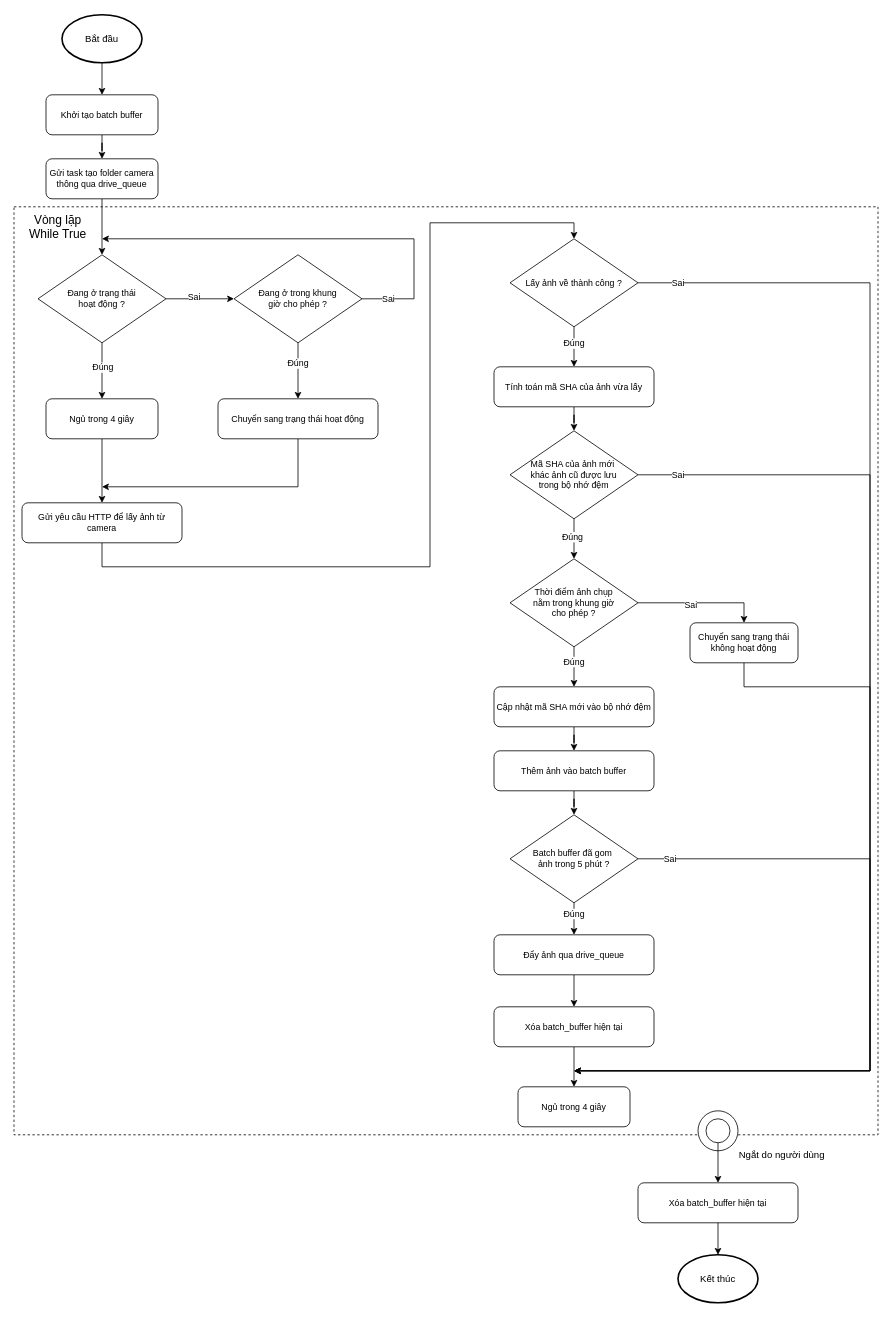
The draw.io diagram fig/camera_threading.drawio in Denzaro/DATN_Thesis, before the edit. Source tidied: cells renumbered, new cells numbered last; positions are measured from the earlier drawing's top-left corner, leaving out a move shared by most shapes. Both pictures are drawn from the tidied source at 80%, with x=0, y=0 at pixel (14, 14).
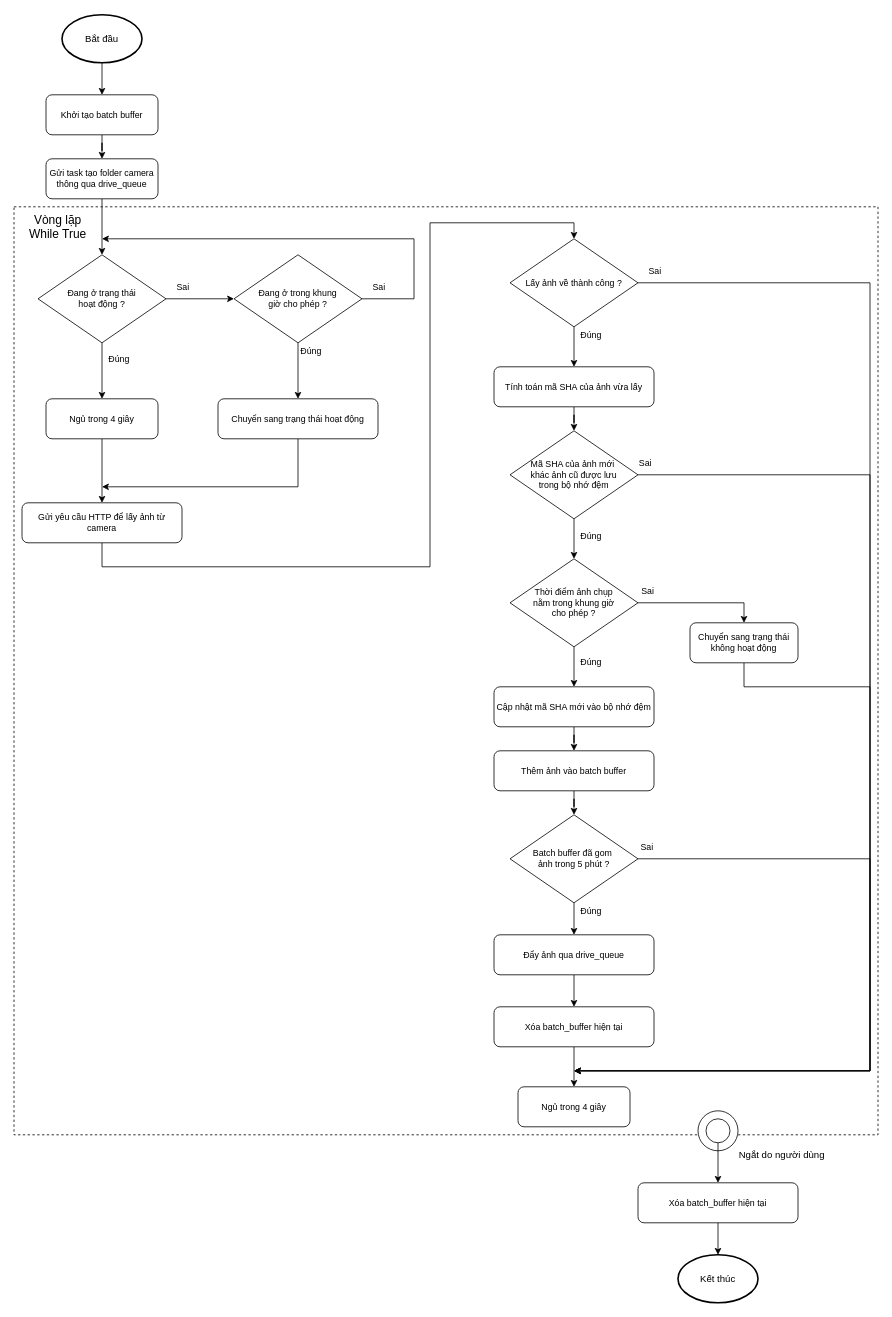
The same page after the edit.

The change refers to these unchanged cells:
```xml
<mxCell id="7" style="edgeStyle=orthogonalEdgeStyle;rounded=0;jettySize=auto;html=1;" parent="1" edge="1" source="9" target="17">
  <mxGeometry relative="1" as="geometry" />
</mxCell>
<mxCell id="9" value="Đang ở trạng thái &lt;br&gt;hoạt động ?" style="rhombus;whiteSpace=wrap;html=1;fontSize=11;" parent="1" vertex="1">
  <mxGeometry x="30" y="300" width="160" height="110" as="geometry" />
</mxCell>
<mxCell id="12" style="edgeStyle=orthogonalEdgeStyle;rounded=0;jettySize=auto;html=1;entryX=0.5;entryY=0;entryDx=0;entryDy=0;exitX=0.5;exitY=1;exitDx=0;exitDy=0;" parent="1" edge="1" source="27" target="11">
  <mxGeometry relative="1" as="geometry" />
</mxCell>
<mxCell id="14" style="edgeStyle=orthogonalEdgeStyle;rounded=0;jettySize=auto;html=1;exitX=1;exitY=0.5;exitDx=0;exitDy=0;" parent="1" edge="1" source="27">
  <mxGeometry relative="1" as="geometry">
    <mxPoint x="110" y="280" as="targetPoint" />
    <Array as="points">
      <mxPoint x="500" y="355" />
      <mxPoint x="500" y="280" />
      <mxPoint x="110" y="280" />
    </Array>
  </mxGeometry>
</mxCell>
<mxCell id="22" style="edgeStyle=orthogonalEdgeStyle;rounded=0;jettySize=auto;html=1;entryX=0.5;entryY=0;entryDx=0;entryDy=0;" parent="1" edge="1" source="26" target="32">
  <mxGeometry relative="1" as="geometry" />
</mxCell>
<mxCell id="24" style="edgeStyle=orthogonalEdgeStyle;rounded=0;jettySize=auto;html=1;" parent="1" edge="1" source="26">
  <mxGeometry relative="1" as="geometry">
    <mxPoint x="700" y="1320" as="targetPoint" />
    <Array as="points">
      <mxPoint x="1070" y="575" />
      <mxPoint x="1070" y="1320" />
    </Array>
  </mxGeometry>
</mxCell>
<mxCell id="27" value="Đang ở trong khung&lt;br&gt;giờ cho phép ?" style="rhombus;whiteSpace=wrap;html=1;fontSize=11;" parent="1" vertex="1">
  <mxGeometry x="275" y="300" width="160" height="110" as="geometry" />
</mxCell>
<mxCell id="28" style="edgeStyle=orthogonalEdgeStyle;rounded=0;jettySize=auto;html=1;entryX=0.5;entryY=0;entryDx=0;entryDy=0;" parent="1" edge="1" source="32" target="34">
  <mxGeometry relative="1" as="geometry" />
</mxCell>
<mxCell id="30" style="edgeStyle=orthogonalEdgeStyle;rounded=0;jettySize=auto;html=1;entryX=0.5;entryY=0;entryDx=0;entryDy=0;" parent="1" edge="1" source="32" target="36">
  <mxGeometry relative="1" as="geometry" />
</mxCell>
<mxCell id="53" style="edgeStyle=orthogonalEdgeStyle;rounded=0;jettySize=auto;html=1;entryX=0.5;entryY=0;entryDx=0;entryDy=0;" parent="1" edge="1" source="57" target="21">
  <mxGeometry relative="1" as="geometry" />
</mxCell>
<mxCell id="55" style="edgeStyle=orthogonalEdgeStyle;rounded=0;jettySize=auto;html=1;" parent="1" edge="1" source="57">
  <mxGeometry relative="1" as="geometry">
    <mxPoint x="700" y="1320" as="targetPoint" />
    <Array as="points">
      <mxPoint x="1070" y="335" />
      <mxPoint x="1070" y="1320" />
    </Array>
  </mxGeometry>
</mxCell>
<mxCell id="58" style="edgeStyle=orthogonalEdgeStyle;rounded=0;jettySize=auto;html=1;entryX=0.5;entryY=0;entryDx=0;entryDy=0;" parent="1" edge="1" source="62" target="64">
  <mxGeometry relative="1" as="geometry" />
</mxCell>
<mxCell id="60" style="edgeStyle=orthogonalEdgeStyle;rounded=0;jettySize=auto;html=1;exitX=1;exitY=0.5;exitDx=0;exitDy=0;" parent="1" edge="1" source="62">
  <mxGeometry relative="1" as="geometry">
    <mxPoint x="700" y="1320" as="targetPoint" />
    <Array as="points">
      <mxPoint x="1070" y="1055" />
      <mxPoint x="1070" y="1320" />
    </Array>
  </mxGeometry>
</mxCell>
```

The edit, as a diff of the source:
```diff
@@
-    <mxCell id="5" style="edgeStyle=orthogonalEdgeStyle;rounded=0;jettySize=auto;html=1;entryX=0;entryY=0.5;entryDx=0;entryDy=0;" parent="1" edge="1" source="9" target="27">
+    <mxCell id="5" style="edgeStyle=orthogonalEdgeStyle;rounded=0;jettySize=auto;html=1;entryX=0;entryY=0.5;entryDx=0;entryDy=0;spacingTop=0;" parent="1" edge="1" source="9" target="27">
       <mxGeometry relative="1" as="geometry" />
     </mxCell>
     <mxCell id="6" value="Sai" style="edgeLabel;html=1;align=center;verticalAlign=middle;" parent="5" vertex="1">
-      <mxGeometry x="-0.21" y="3" relative="1" as="geometry" />
+      <mxGeometry x="-0.21" y="3" relative="1" as="geometry">
+        <mxPoint x="-14" y="-12" as="offset" />
+      </mxGeometry>
     </mxCell>
@@
     <mxCell id="8" value="Đúng" style="edgeLabel;html=1;align=center;verticalAlign=middle;" parent="7" vertex="1">
       <mxGeometry x="-0.28" y="2" relative="1" as="geometry">
-        <mxPoint x="-2" y="5" as="offset" />
+        <mxPoint x="18" y="-5" as="offset" />
       </mxGeometry>
     </mxCell>
@@
     <mxCell id="13" value="Đúng" style="edgeLabel;html=1;align=center;verticalAlign=middle;" parent="12" vertex="1">
-      <mxGeometry x="-0.29" y="-1" relative="1" as="geometry" />
+      <mxGeometry x="-0.29" y="-1" relative="1" as="geometry">
+        <mxPoint x="16" y="-15" as="offset" />
+      </mxGeometry>
     </mxCell>
@@
     <mxCell id="15" value="Sai" style="edgeLabel;html=1;align=center;verticalAlign=middle;" parent="14" vertex="1">
-      <mxGeometry x="-0.88" y="1" relative="1" as="geometry" />
+      <mxGeometry x="-0.88" y="1" relative="1" as="geometry">
+        <mxPoint x="-12" y="-14" as="offset" />
+      </mxGeometry>
     </mxCell>
@@
     <mxCell id="23" value="Đúng" style="edgeLabel;html=1;align=center;verticalAlign=middle;" parent="22" vertex="1">
-      <mxGeometry x="-0.13" y="-3" relative="1" as="geometry" />
+      <mxGeometry x="-0.13" y="-3" relative="1" as="geometry">
+        <mxPoint x="23" y="-1" as="offset" />
+      </mxGeometry>
     </mxCell>
@@
     <mxCell id="25" value="Sai" style="edgeLabel;html=1;align=center;verticalAlign=middle;" parent="24" vertex="1">
-      <mxGeometry x="-0.93" y="1" relative="1" as="geometry" />
+      <mxGeometry x="-0.93" y="1" relative="1" as="geometry">
+        <mxPoint x="-41" y="-14" as="offset" />
+      </mxGeometry>
     </mxCell>
@@
     <mxCell id="29" value="Sai" style="edgeLabel;html=1;align=center;verticalAlign=middle;" parent="28" vertex="1">
-      <mxGeometry x="-0.18" y="-2" relative="1" as="geometry" />
+      <mxGeometry x="-0.18" y="-2" relative="1" as="geometry">
+        <mxPoint x="-54" y="-17" as="offset" />
+      </mxGeometry>
     </mxCell>
@@
     <mxCell id="31" value="Đúng" style="edgeLabel;html=1;align=center;verticalAlign=middle;" parent="30" vertex="1">
-      <mxGeometry x="-0.29" y="-1" relative="1" as="geometry" />
+      <mxGeometry x="-0.29" y="-1" relative="1" as="geometry">
+        <mxPoint x="21" as="offset" />
+      </mxGeometry>
     </mxCell>
@@
     <mxCell id="54" value="Đúng" style="edgeLabel;html=1;align=center;verticalAlign=middle;" parent="53" vertex="1">
-      <mxGeometry x="-0.21" y="-1" relative="1" as="geometry" />
+      <mxGeometry x="-0.21" y="-1" relative="1" as="geometry">
+        <mxPoint x="21" y="-10" as="offset" />
+      </mxGeometry>
     </mxCell>
@@
     <mxCell id="56" value="Sai" style="edgeLabel;html=1;align=center;verticalAlign=middle;" parent="55" vertex="1">
-      <mxGeometry x="-0.94" y="1" relative="1" as="geometry" />
+      <mxGeometry x="-0.94" y="1" relative="1" as="geometry">
+        <mxPoint x="-29" y="-14" as="offset" />
+      </mxGeometry>
     </mxCell>
@@
     <mxCell id="59" value="Đúng" style="edgeLabel;html=1;align=center;verticalAlign=middle;" parent="58" vertex="1">
-      <mxGeometry x="-0.33" y="-1" relative="1" as="geometry" />
+      <mxGeometry x="-0.33" y="-1" relative="1" as="geometry">
+        <mxPoint x="21" y="-3" as="offset" />
+      </mxGeometry>
     </mxCell>
@@
     <mxCell id="61" value="Sai" style="edgeLabel;html=1;align=center;verticalAlign=middle;" parent="60" vertex="1">
       <mxGeometry x="-0.89" y="1" relative="1" as="geometry">
-        <mxPoint x="-12" y="1" as="offset" />
+        <mxPoint x="-41" y="-14" as="offset" />
       </mxGeometry>
     </mxCell>
```
